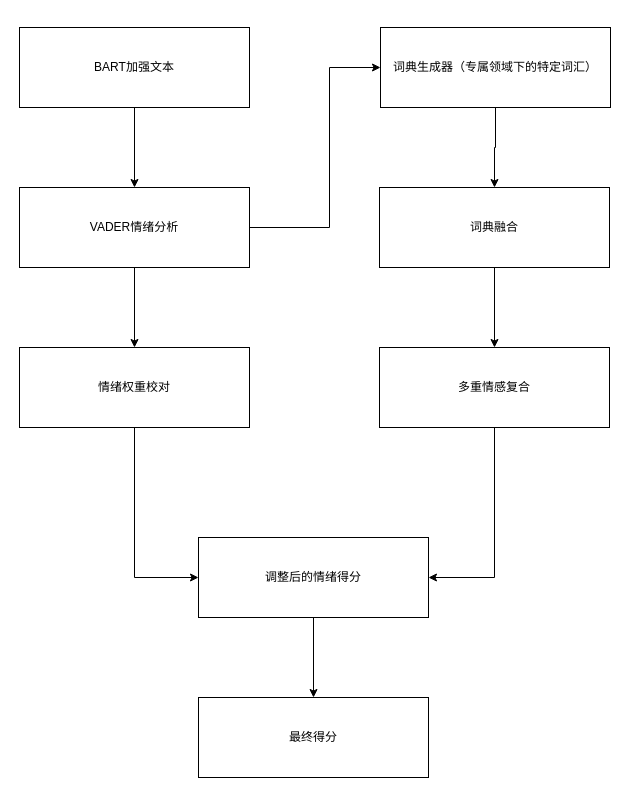
Above: 20250426专利.drawio in zhzhaoze/IFT420-Cloud-diagram (draw.io), before the change. Source tidied: cells renumbered, new cells numbered last; positions are measured from the earlier drawing's top-left corner, leaving out a move shared by most shapes. Both pictures are drawn from the tidied source at 100%, with x=0, y=0 at pixel (19, 27).
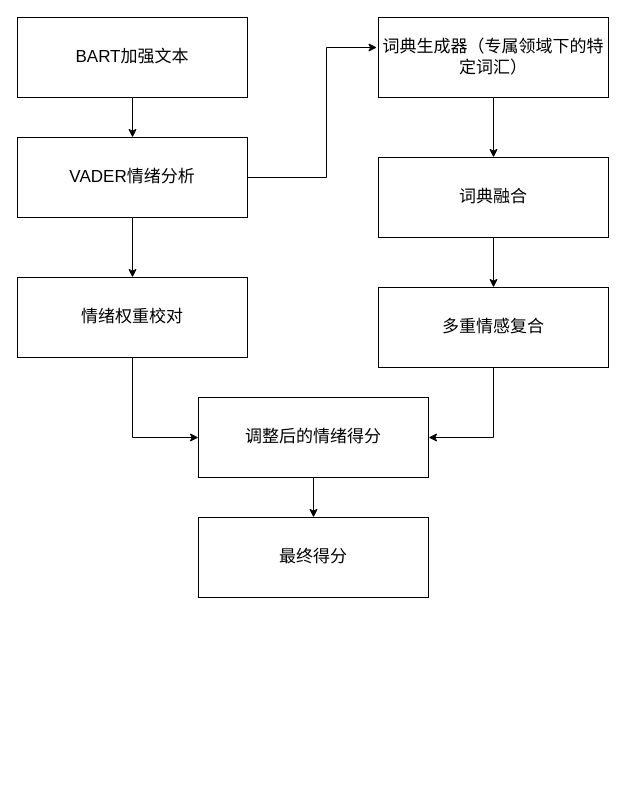
After the change.

Diff of the diagram source:
```diff
@@
-    <mxCell id="2" style="edgeStyle=orthogonalEdgeStyle;rounded=0;jettySize=auto;html=1;" parent="1" edge="1" source="3" target="6">
+    <mxCell id="2" style="edgeStyle=orthogonalEdgeStyle;rounded=0;jettySize=auto;html=1;fontSize=17;" parent="1" edge="1" source="3" target="6">
       <mxGeometry relative="1" as="geometry" />
     </mxCell>
-    <mxCell id="3" value="BART加强文本" style="rounded=0;whiteSpace=wrap;html=1;" parent="1" vertex="1">
-      <mxGeometry width="230" height="80" as="geometry" />
+    <mxCell id="3" value="BART加强文本" style="rounded=0;whiteSpace=wrap;html=1;fontSize=17;" parent="1" vertex="1">
+      <mxGeometry x="-2" y="-10" width="230" height="80" as="geometry" />
     </mxCell>
-    <mxCell id="4" style="edgeStyle=orthogonalEdgeStyle;rounded=0;jettySize=auto;html=1;" parent="1" edge="1" source="6" target="8">
+    <mxCell id="4" style="edgeStyle=orthogonalEdgeStyle;rounded=0;jettySize=auto;html=1;fontSize=17;" parent="1" edge="1" source="6" target="8">
       <mxGeometry relative="1" as="geometry" />
     </mxCell>
-    <mxCell id="5" style="edgeStyle=orthogonalEdgeStyle;rounded=0;jettySize=auto;html=1;" parent="1" edge="1" source="6" target="12">
+    <mxCell id="5" style="edgeStyle=orthogonalEdgeStyle;rounded=0;jettySize=auto;html=1;fontSize=17;exitX=1;exitY=0.5;exitDx=0;exitDy=0;" parent="1" edge="1" source="6">
       <mxGeometry relative="1" as="geometry">
+        <mxPoint x="357.5" y="20" as="targetPoint" />
         <Array as="points">
-          <mxPoint x="310" y="200" />
-          <mxPoint x="310" y="40" />
+          <mxPoint x="307" y="150" />
+          <mxPoint x="307" y="20" />
         </Array>
       </mxGeometry>
     </mxCell>
-    <mxCell id="6" value="VADER情绪分析" style="rounded=0;whiteSpace=wrap;html=1;" parent="1" vertex="1">
-      <mxGeometry y="160" width="230" height="80" as="geometry" />
+    <mxCell id="6" value="VADER情绪分析" style="rounded=0;whiteSpace=wrap;html=1;fontSize=17;" parent="1" vertex="1">
+      <mxGeometry x="-2" y="110" width="230" height="80" as="geometry" />
     </mxCell>
-    <mxCell id="7" style="edgeStyle=orthogonalEdgeStyle;rounded=0;jettySize=auto;html=1;" parent="1" edge="1" source="8" target="10">
+    <mxCell id="7" style="edgeStyle=orthogonalEdgeStyle;rounded=0;jettySize=auto;html=1;fontSize=17;" parent="1" edge="1" source="8" target="10">
       <mxGeometry relative="1" as="geometry">
         <Array as="points">
-          <mxPoint x="115" y="550" />
+          <mxPoint x="113" y="410" />
         </Array>
       </mxGeometry>
     </mxCell>
-    <mxCell id="8" value="情绪权重校对" style="rounded=0;whiteSpace=wrap;html=1;" parent="1" vertex="1">
-      <mxGeometry y="320" width="230" height="80" as="geometry" />
+    <mxCell id="8" value="情绪权重校对" style="rounded=0;whiteSpace=wrap;html=1;fontSize=17;" parent="1" vertex="1">
+      <mxGeometry x="-2" y="250" width="230" height="80" as="geometry" />
     </mxCell>
-    <mxCell id="9" style="edgeStyle=orthogonalEdgeStyle;rounded=0;jettySize=auto;html=1;" parent="1" edge="1" source="10" target="17">
+    <mxCell id="9" style="edgeStyle=orthogonalEdgeStyle;rounded=0;jettySize=auto;html=1;fontSize=17;" parent="1" edge="1" source="10" target="17">
       <mxGeometry relative="1" as="geometry" />
     </mxCell>
-    <mxCell id="10" value="调整后的情绪得分" style="rounded=0;whiteSpace=wrap;html=1;" parent="1" vertex="1">
-      <mxGeometry x="179" y="510" width="230" height="80" as="geometry" />
+    <mxCell id="10" value="调整后的情绪得分" style="rounded=0;whiteSpace=wrap;html=1;fontSize=17;" parent="1" vertex="1">
+      <mxGeometry x="179" y="370" width="230" height="80" as="geometry" />
     </mxCell>
-    <mxCell id="11" style="edgeStyle=orthogonalEdgeStyle;rounded=0;jettySize=auto;html=1;" parent="1" edge="1" source="12" target="14">
+    <mxCell id="11" style="edgeStyle=orthogonalEdgeStyle;rounded=0;jettySize=auto;html=1;fontSize=17;" parent="1" edge="1" source="12" target="14">
       <mxGeometry relative="1" as="geometry" />
     </mxCell>
-    <mxCell id="12" value="词典生成器（专属领域下的特定词汇）" style="rounded=0;whiteSpace=wrap;html=1;" parent="1" vertex="1">
-      <mxGeometry x="361" width="230" height="80" as="geometry" />
+    <mxCell id="12" value="词典生成器（专属领域下的特定词汇）" style="rounded=0;whiteSpace=wrap;html=1;fontSize=17;" parent="1" vertex="1">
+      <mxGeometry x="359" y="-10" width="230" height="80" as="geometry" />
     </mxCell>
-    <mxCell id="13" style="edgeStyle=orthogonalEdgeStyle;rounded=0;jettySize=auto;html=1;" parent="1" edge="1" source="14" target="16">
+    <mxCell id="13" style="edgeStyle=orthogonalEdgeStyle;rounded=0;jettySize=auto;html=1;fontSize=17;" parent="1" edge="1" source="14" target="16">
       <mxGeometry relative="1" as="geometry" />
     </mxCell>
-    <mxCell id="14" value="词典融合" style="rounded=0;whiteSpace=wrap;html=1;" parent="1" vertex="1">
-      <mxGeometry x="360" y="160" width="230" height="80" as="geometry" />
+    <mxCell id="14" value="词典融合" style="rounded=0;whiteSpace=wrap;html=1;fontSize=17;" parent="1" vertex="1">
+      <mxGeometry x="359" y="130" width="230" height="80" as="geometry" />
     </mxCell>
-    <mxCell id="15" style="edgeStyle=orthogonalEdgeStyle;rounded=0;jettySize=auto;html=1;entryX=1;entryY=0.5;entryDx=0;entryDy=0;" parent="1" edge="1" source="16" target="10">
+    <mxCell id="15" style="edgeStyle=orthogonalEdgeStyle;rounded=0;jettySize=auto;html=1;entryX=1;entryY=0.5;entryDx=0;entryDy=0;fontSize=17;" parent="1" edge="1" source="16" target="10">
       <mxGeometry relative="1" as="geometry" />
     </mxCell>
-    <mxCell id="16" value="多重情感复合" style="rounded=0;whiteSpace=wrap;html=1;" parent="1" vertex="1">
-      <mxGeometry x="360" y="320" width="230" height="80" as="geometry" />
+    <mxCell id="16" value="多重情感复合" style="rounded=0;whiteSpace=wrap;html=1;fontSize=17;" parent="1" vertex="1">
+      <mxGeometry x="359" y="260" width="230" height="80" as="geometry" />
     </mxCell>
-    <mxCell id="17" value="最终得分" style="rounded=0;whiteSpace=wrap;html=1;" parent="1" vertex="1">
-      <mxGeometry x="179" y="670" width="230" height="80" as="geometry" />
+    <mxCell id="17" value="最终得分" style="rounded=0;whiteSpace=wrap;html=1;fontSize=17;" parent="1" vertex="1">
+      <mxGeometry x="179" y="490" width="230" height="80" as="geometry" />
     </mxCell>
```
